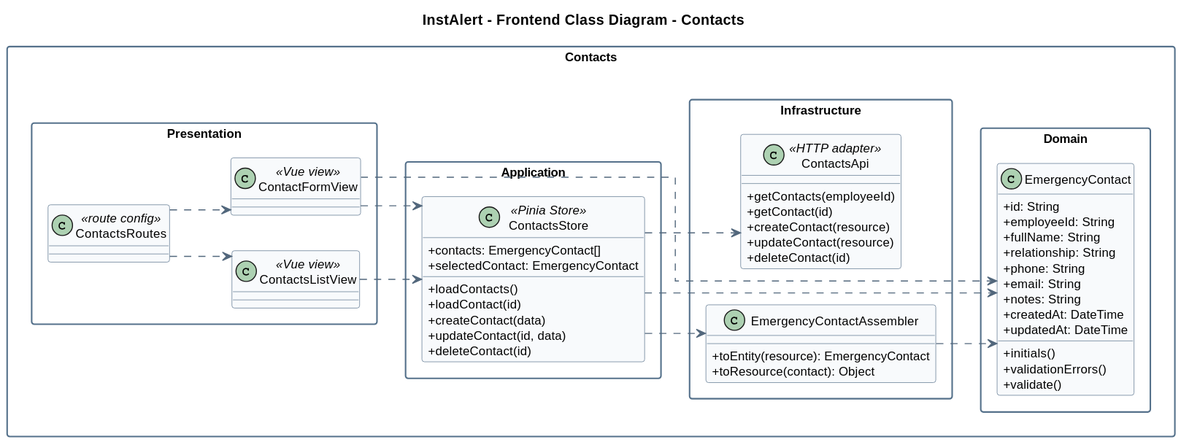
Before: assets/Chapter4/class-diagrams/contacts.svg, a diagram exported from PlantUML (LosIncreiblesCorp/losIncreibles-project-report).
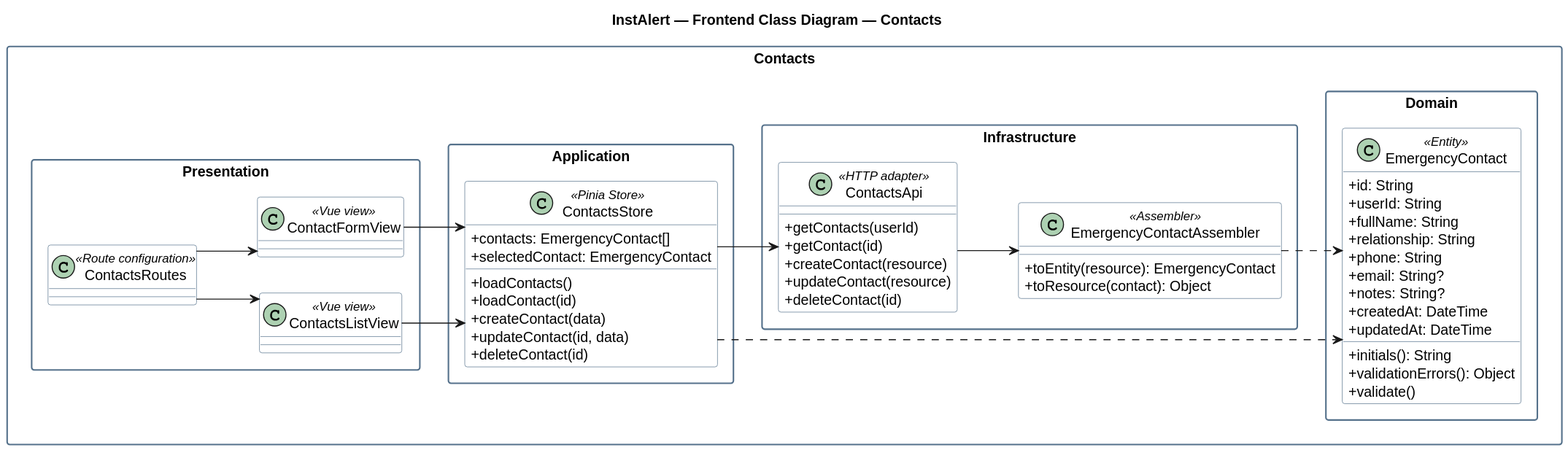
After the commit.

Diff of the diagram source:
```diff
@@ -1,37 +1,34 @@
 @startuml
-title InstAlert - Frontend Class Diagram - Contacts
-
+title InstAlert — Frontend Class Diagram — Contacts
 left to right direction
 skinparam packageStyle rectangle
+skinparam shadowing false
 skinparam classAttributeIconSize 0
-skinparam shadowing false
 skinparam linetype ortho
-skinparam defaultFontSize 12
 skinparam packageBorderColor #55718B
-skinparam classBorderColor #58728B
-skinparam ArrowColor #52677C
-skinparam packageBackgroundColor #FFFFFF
-skinparam classBackgroundColor #F8FAFC
+skinparam classBorderColor #55718B
+skinparam classBackgroundColor #FFFFFF
 
-package "Contacts" as contactsContext {
-  package "Domain" as contactsDomain {
-    class "EmergencyContact" as emergencyContact {
+package "Contacts" {
+  package "Domain" {
+    class EmergencyContact <<Entity>> {
       +id: String
-      +employeeId: String
+      +userId: String
       +fullName: String
       +relationship: String
       +phone: String
-      +email: String
-      +notes: String
+      +email: String?
+      +notes: String?
       +createdAt: DateTime
       +updatedAt: DateTime
-      +initials()
-      +validationErrors()
+      +initials(): String
+      +validationErrors(): Object
       +validate()
     }
   }
-  package "Application" as contactsApplication {
-    class "ContactsStore" as contactsStore <<Pinia Store>> {
+
+  package "Application" {
+    class ContactsStore <<Pinia Store>> {
       +contacts: EmergencyContact[]
       +selectedContact: EmergencyContact
       +loadContacts()
@@ -41,32 +38,34 @@
       +deleteContact(id)
     }
   }
-  package "Infrastructure" as contactsInfrastructure {
-    class "ContactsApi" as contactsApi <<HTTP adapter>> {
-      +getContacts(employeeId)
+
+  package "Infrastructure" {
+    class ContactsApi <<HTTP adapter>> {
+      +getContacts(userId)
       +getContact(id)
       +createContact(resource)
       +updateContact(resource)
       +deleteContact(id)
     }
-    class "EmergencyContactAssembler" as emergencyContactAssembler {
+    class EmergencyContactAssembler <<Assembler>> {
       +toEntity(resource): EmergencyContact
       +toResource(contact): Object
     }
   }
-  package "Presentation" as contactsPresentation {
-    class "ContactsRoutes" as contactsRoutes <<route config>>
-    class "ContactsListView" as contactsListView <<Vue view>>
-    class "ContactFormView" as contactFormView <<Vue view>>
+
+  package "Presentation" {
+    class ContactsRoutes <<Route configuration>>
+    class ContactsListView <<Vue view>>
+    class ContactFormView <<Vue view>>
   }
 }
-contactsRoutes ..> contactsListView
-contactsRoutes ..> contactFormView
-contactsListView ..> contactsStore
-contactFormView ..> contactsStore
-contactFormView ..> emergencyContact
-contactsStore ..> contactsApi
-contactsStore ..> emergencyContactAssembler
-contactsStore ..> emergencyContact
-emergencyContactAssembler ..> emergencyContact
+
+ContactsStore --> ContactsApi
+ContactsStore ..> EmergencyContact
+ContactsApi --> EmergencyContactAssembler
+EmergencyContactAssembler ..> EmergencyContact
+ContactsRoutes --> ContactsListView
+ContactsRoutes --> ContactFormView
+ContactsListView --> ContactsStore
+ContactFormView --> ContactsStore
 @enduml
```
